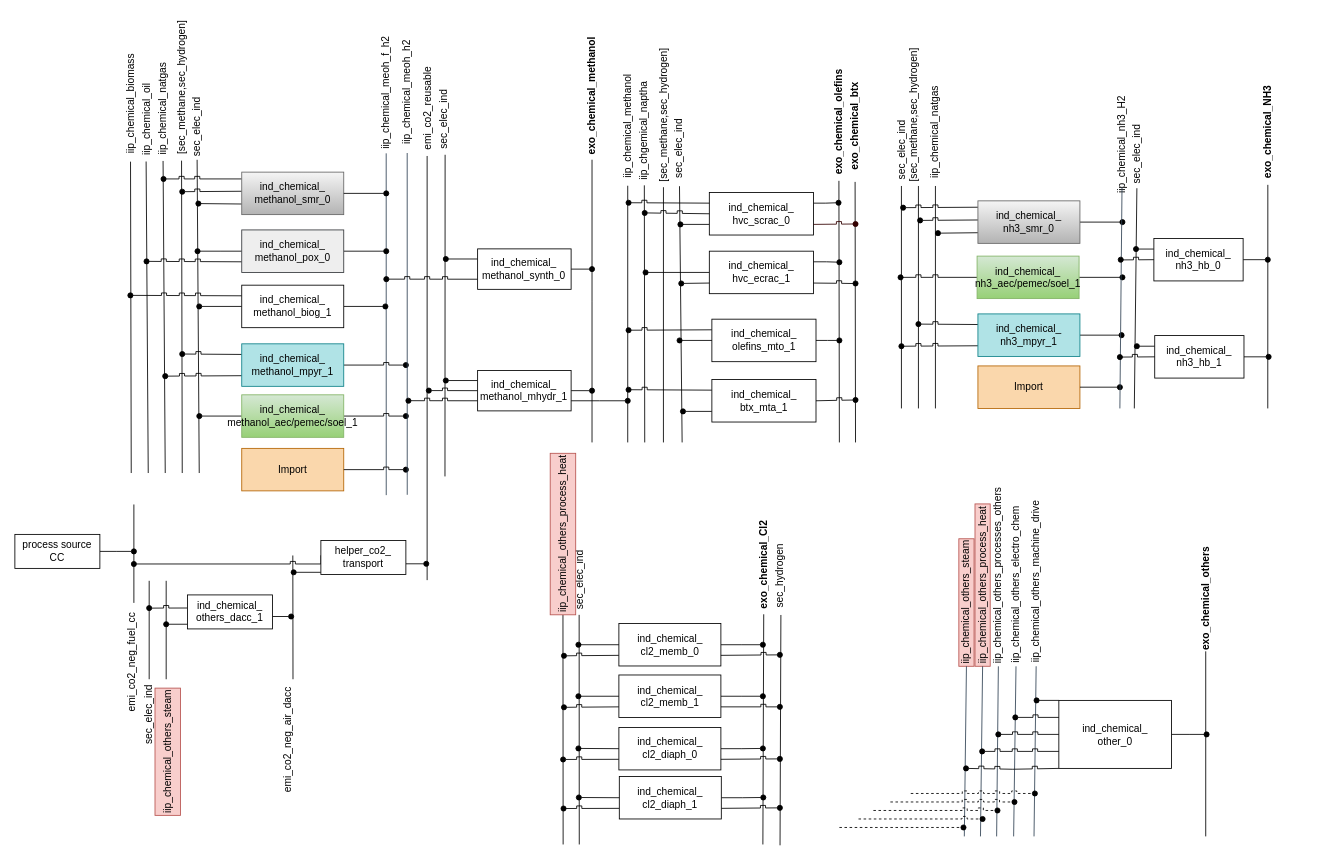
Above: page "Chemi_SEDOS" (3 of 18) of TAM_Industry_RES.drawio in anik-ier/TAM_Industry_RES (draw.io), before the change. Source tidied: cells renumbered, new cells numbered last; positions are measured from the earlier drawing's top-left corner, leaving out a move shared by most shapes. Both pictures are drawn from the tidied source at 85%, with x=0, y=0 at pixel (14, 17).
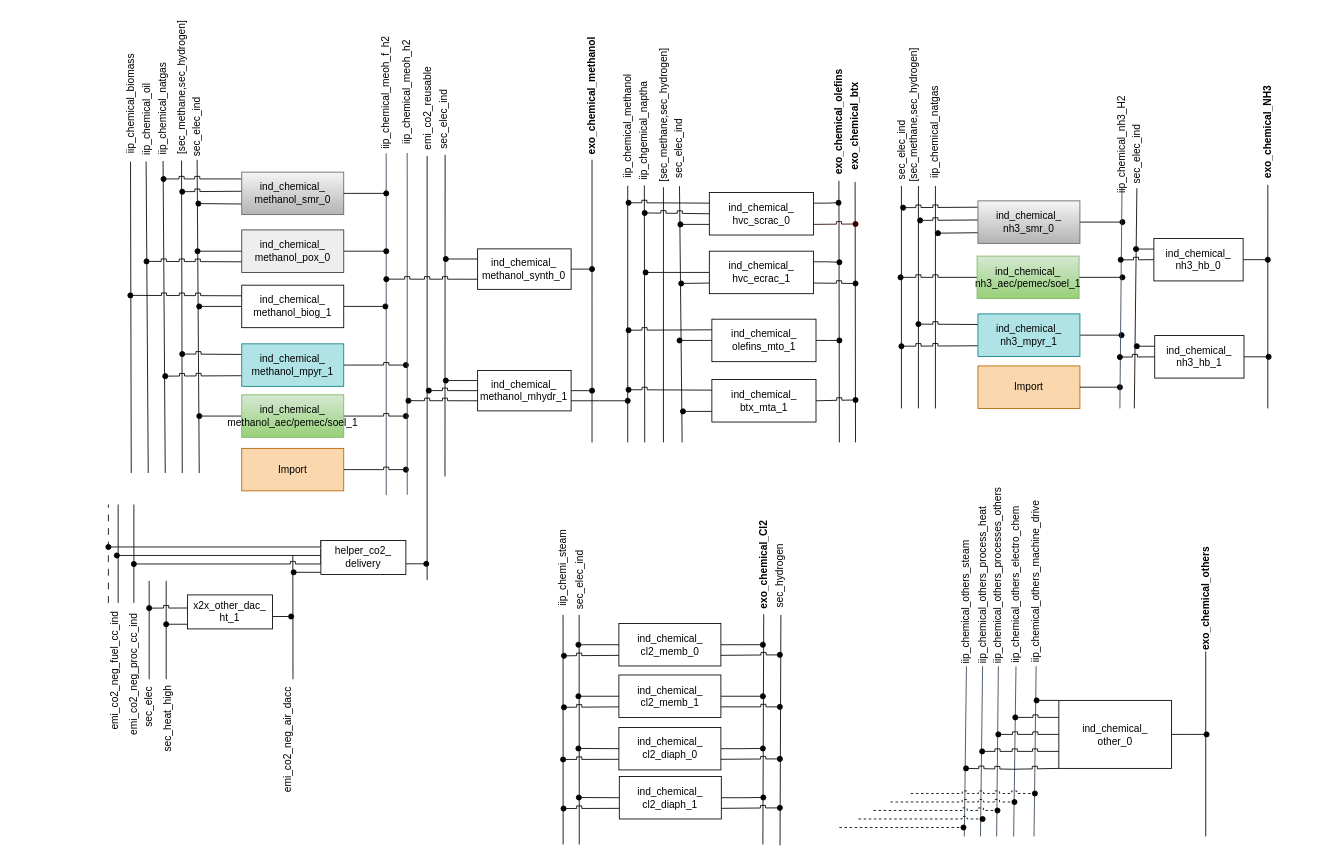
Above is the later version.

What changed in the source:
```diff
@@
-    <mxCell id="84" value="iip_chemical_others_process_heat" style="text;html=1;strokeColor=#b85450;fillColor=#f8cecc;align=center;verticalAlign=middle;whiteSpace=wrap;rounded=0;rotation=270;" parent="1" vertex="1">
+    <mxCell id="84" value="iip_chemical_others_process_heat" style="text;html=1;align=center;verticalAlign=middle;whiteSpace=wrap;rounded=0;rotation=270;" parent="1" vertex="1">
       <mxGeometry x="1043" y="658.9" width="191" height="17.9" as="geometry" />
     </mxCell>
@@
-    <mxCell id="86" value="iip_chemical_others_steam" style="text;html=1;strokeColor=#b85450;fillColor=#f8cecc;align=center;verticalAlign=middle;whiteSpace=wrap;rounded=0;rotation=270;" parent="1" vertex="1">
+    <mxCell id="86" value="iip_chemical_others_steam" style="text;html=1;align=center;verticalAlign=middle;whiteSpace=wrap;rounded=0;rotation=270;" parent="1" vertex="1">
       <mxGeometry x="1044.5" y="679.4" width="150" height="17.9" as="geometry" />
     </mxCell>
@@
-    <mxCell id="94" style="edgeStyle=orthogonalEdgeStyle;rounded=0;jettySize=auto;html=1;exitX=1;exitY=0.5;exitDx=0;exitDy=0;endArrow=oval;endFill=1;" parent="1" edge="1" source="95">
-      <mxGeometry relative="1" as="geometry">
-        <mxPoint x="140" y="628.2" as="targetPoint" />
-      </mxGeometry>
-    </mxCell>
-    <mxCell id="95" value="process source CC" style="rounded=0;whiteSpace=wrap;html=1;" parent="1" vertex="1">
-      <mxGeometry y="608.2" width="100" height="40" as="geometry" />
-    </mxCell>
@@
-    <mxCell id="169" value="iip_chemical_others_process_heat" style="text;html=1;fillColor=#f8cecc;align=center;verticalAlign=middle;whiteSpace=wrap;rounded=0;rotation=270;fontStyle=0;strokeColor=#b85450;" parent="1" vertex="1">
-      <mxGeometry x="549.8" y="592.8" width="190" height="30" as="geometry" />
+    <mxCell id="169" value="iip_chemi_steam" style="text;html=1;align=center;verticalAlign=middle;whiteSpace=wrap;rounded=0;rotation=270;fontStyle=0;" parent="1" vertex="1">
+      <mxGeometry x="589.8" y="632.8" width="110.2" height="30" as="geometry" />
     </mxCell>
@@
-    <mxCell id="172" value="emi_co2_neg_fuel_cc" style="text;html=1;fillColor=none;align=center;verticalAlign=middle;whiteSpace=wrap;rounded=0;rotation=270;fontStyle=0;" parent="1" vertex="1">
-      <mxGeometry x="70" y="743.6" width="135" height="30" as="geometry" />
+    <mxCell id="172" value="emi_co2_neg_proc_cc_ind " style="text;html=1;fillColor=none;align=center;verticalAlign=middle;whiteSpace=wrap;rounded=0;rotation=270;fontStyle=0;" parent="1" vertex="1">
+      <mxGeometry x="72.7" y="763" width="135" height="20.6" as="geometry" />
     </mxCell>
@@
-    <mxCell id="175" value="iip_chemical_others_steam" style="text;html=1;fillColor=#f8cecc;align=center;verticalAlign=middle;whiteSpace=wrap;rounded=0;rotation=270;fontStyle=0;direction=east;strokeColor=#b85450;" parent="1" vertex="1">
-      <mxGeometry x="105" y="848.9" width="149.7" height="30" as="geometry" />
+    <mxCell id="175" value="sec_heat_high" style="text;html=1;align=center;verticalAlign=middle;whiteSpace=wrap;rounded=0;rotation=270;fontStyle=0;direction=east;" parent="1" vertex="1">
+      <mxGeometry x="143.8" y="810.2" width="72.2" height="30" as="geometry" />
     </mxCell>
@@
-    <mxCell id="181" value="sec_elec_ind" style="text;html=1;fillColor=none;align=center;verticalAlign=middle;whiteSpace=wrap;rounded=0;rotation=270;fontStyle=0;" parent="1" vertex="1">
-      <mxGeometry x="113" y="805.3" width="90" height="30" as="geometry" />
+    <mxCell id="181" value="sec_elec" style="text;html=1;fillColor=none;align=center;verticalAlign=middle;whiteSpace=wrap;rounded=0;rotation=270;fontStyle=0;" parent="1" vertex="1">
+      <mxGeometry x="121.5" y="796.8" width="73" height="30" as="geometry" />
     </mxCell>
@@
+    <mxCell id="204" style="edgeStyle=orthogonalEdgeStyle;rounded=0;hachureGap=4;jettySize=auto;html=1;exitX=0;exitY=0.25;exitDx=0;exitDy=0;fontFamily=Architects Daughter;endArrow=oval;endFill=1;" parent="1" edge="1" source="202">
+      <mxGeometry relative="1" as="geometry">
+        <mxPoint x="120" y="633" as="targetPoint" />
+        <Array as="points">
+          <mxPoint x="360" y="633" />
+          <mxPoint x="120" y="633" />
+        </Array>
+      </mxGeometry>
+    </mxCell>
+    <mxCell id="205" style="edgeStyle=orthogonalEdgeStyle;rounded=0;hachureGap=4;jettySize=auto;html=1;exitX=0;exitY=0;exitDx=0;exitDy=0;fontFamily=Architects Daughter;endArrow=oval;endFill=1;" parent="1" edge="1" source="202">
+      <mxGeometry relative="1" as="geometry">
+        <mxPoint x="110" y="623" as="targetPoint" />
+        <Array as="points">
+          <mxPoint x="360" y="623" />
+          <mxPoint x="110" y="623" />
+        </Array>
+      </mxGeometry>
+    </mxCell>
-    <mxCell id="202" value="&lt;div&gt;helper_co2_&lt;/div&gt;&lt;div&gt;transport&lt;/div&gt;" style="rounded=0;whiteSpace=wrap;html=1;" parent="1" vertex="1">
+    <mxCell id="202" value="&lt;div&gt;helper_co2_&lt;/div&gt;&lt;div&gt;delivery&lt;/div&gt;" style="rounded=0;whiteSpace=wrap;html=1;" parent="1" vertex="1">
       <mxGeometry x="360" y="615.4" width="100" height="40" as="geometry" />
     </mxCell>
-    <mxCell id="203" value="&lt;div&gt;ind_chemical_&lt;/div&gt;&lt;div&gt;others_dacc_1&lt;/div&gt;" style="rounded=0;whiteSpace=wrap;html=1;" parent="1" vertex="1">
+    <mxCell id="203" value="&lt;div&gt;x2x_other_dac_&lt;/div&gt;&lt;div&gt;ht_1&lt;/div&gt;" style="rounded=0;whiteSpace=wrap;html=1;" parent="1" vertex="1">
       <mxGeometry x="203" y="679.4" width="100" height="40" as="geometry" />
     </mxCell>
+    <mxCell id="206" style="endArrow=none;html=1;rounded=0;" parent="1" edge="1">
+      <mxGeometry relative="1" as="geometry">
+        <mxPoint x="121.5" y="688.8" as="sourcePoint" />
+        <mxPoint x="121.5" y="573" as="targetPoint" />
+      </mxGeometry>
+    </mxCell>
+    <mxCell id="207" value="emi_co2_neg_fuel_cc_ind " style="text;html=1;fillColor=none;align=center;verticalAlign=middle;whiteSpace=wrap;rounded=0;rotation=270;fontStyle=0;" parent="1" vertex="1">
+      <mxGeometry x="50" y="753.6" width="135" height="30" as="geometry" />
+    </mxCell>
+    <mxCell id="208" style="endArrow=none;html=1;rounded=0;dashed=1;dashPattern=8 8;" parent="1" edge="1">
+      <mxGeometry relative="1" as="geometry">
+        <mxPoint x="110" y="688.8" as="sourcePoint" />
+        <mxPoint x="110" y="573" as="targetPoint" />
+      </mxGeometry>
+    </mxCell>
```
